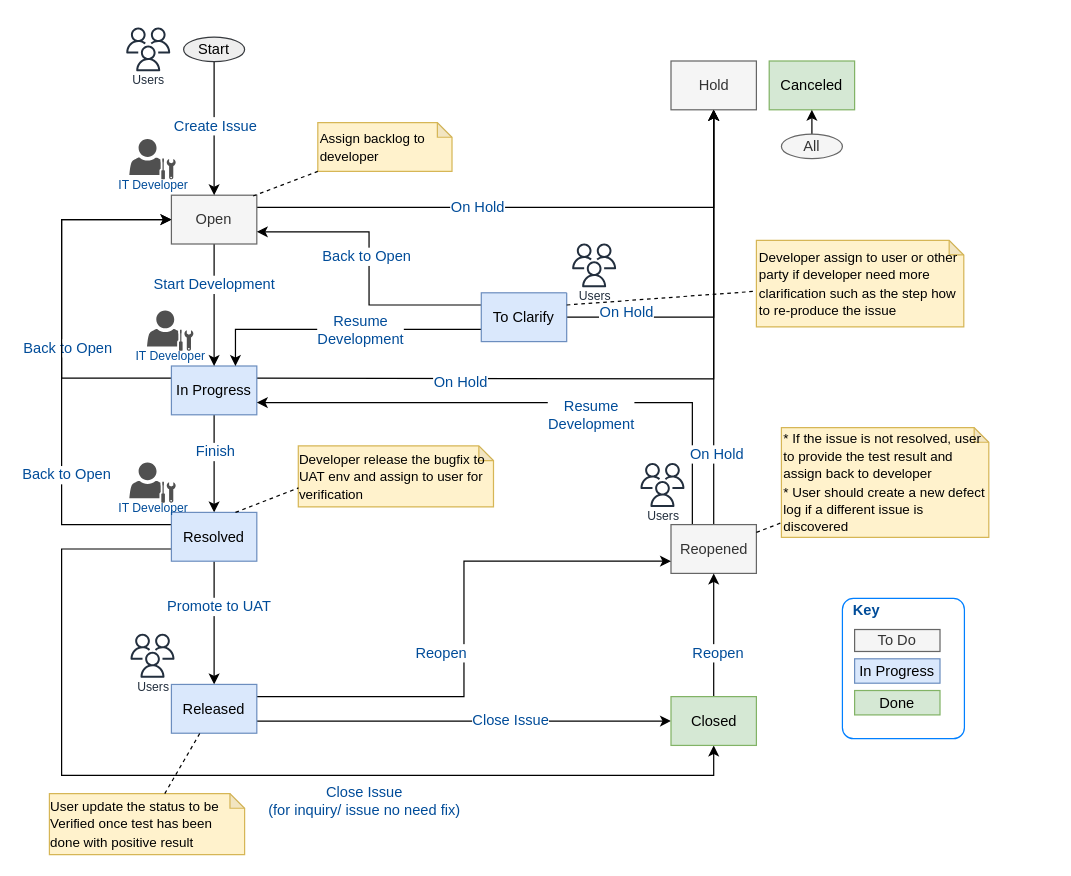
Before: page "Modified JIRA UAT Flow" (9 of 9) of Change Request Process.drawio in whalebig27/change-request-process-diagram, a draw.io diagram. Source tidied: cells renumbered, new cells numbered last; positions are measured from the earlier drawing's top-left corner, leaving out a move shared by most shapes. Both pictures are drawn from the tidied source at 122%, with x=0, y=0 at pixel (49, 21).
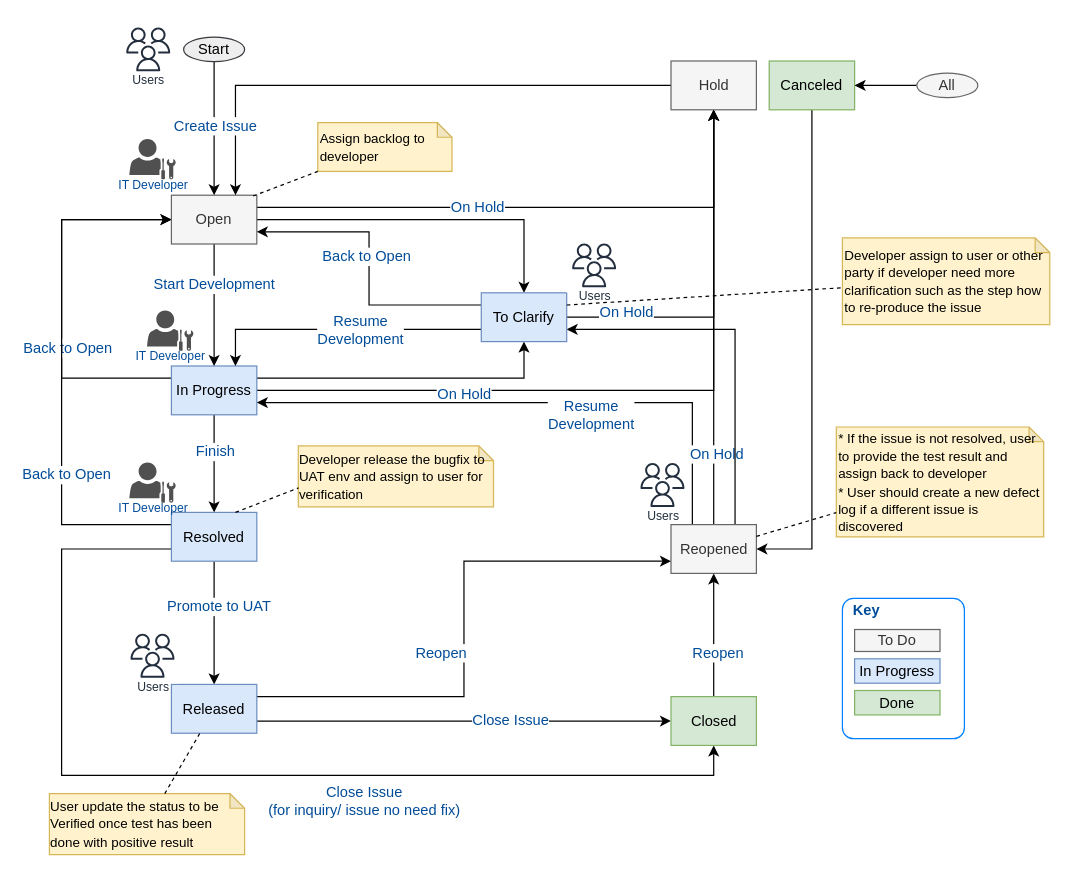
Above is the later version.

Unchanged cells that the change refers to:
```xml
<mxCell id="9" value="In Progress" style="rounded=0;whiteSpace=wrap;html=1;strokeColor=#6c8ebf;fontSize=12;align=center;fillColor=#dae8fc;" parent="1" vertex="1">
  <mxGeometry x="100" y="282.5" width="70" height="40" as="geometry" />
</mxCell>
<mxCell id="14" value="Open" style="rounded=0;whiteSpace=wrap;html=1;strokeColor=#666666;fontSize=12;align=center;fontColor=#333333;fillColor=#f5f5f5;" parent="1" vertex="1">
  <mxGeometry x="100" y="142.5" width="70" height="40" as="geometry" />
</mxCell>
<mxCell id="26" value="Reopened" style="rounded=0;whiteSpace=wrap;html=1;strokeColor=#666666;fontSize=12;align=center;fontColor=#333333;fillColor=#f5f5f5;" parent="1" vertex="1">
  <mxGeometry x="509.5" y="412.5" width="70" height="40" as="geometry" />
</mxCell>
<mxCell id="27" value="Hold" style="rounded=0;whiteSpace=wrap;html=1;strokeColor=#666666;fontSize=12;align=center;fontColor=#333333;fillColor=#f5f5f5;" parent="1" vertex="1">
  <mxGeometry x="509.5" y="32.5" width="70" height="40" as="geometry" />
</mxCell>
<mxCell id="28" value="Canceled" style="rounded=0;whiteSpace=wrap;html=1;strokeColor=#82b366;fontSize=12;align=center;fillColor=#d5e8d4;" parent="1" vertex="1">
  <mxGeometry x="590" y="32.5" width="70" height="40" as="geometry" />
</mxCell>
<mxCell id="43" value="To Clarify" style="rounded=0;whiteSpace=wrap;html=1;strokeColor=#6c8ebf;fontSize=12;align=center;fillColor=#dae8fc;" parent="1" vertex="1">
  <mxGeometry x="354" y="222.5" width="70" height="40" as="geometry" />
</mxCell>
```

Change to the diagram source:
```diff
@@
-    <mxCell id="3" style="edgeStyle=orthogonalEdgeStyle;rounded=0;jettySize=auto;html=1;entryX=0.5;entryY=1;entryDx=0;entryDy=0;fontSize=12;fontColor=#004C99;" parent="1" edge="1" target="27">
-      <mxGeometry relative="1" as="geometry">
-        <mxPoint x="170" y="292.5" as="sourcePoint" />
-      </mxGeometry>
+    <mxCell id="3" style="edgeStyle=orthogonalEdgeStyle;rounded=0;jettySize=auto;html=1;entryX=0.5;entryY=1;entryDx=0;entryDy=0;fontSize=12;fontColor=#004C99;exitX=1;exitY=0.5;exitDx=0;exitDy=0;" parent="1" edge="1" source="9" target="27">
+      <mxGeometry relative="1" as="geometry" />
     </mxCell>
@@
+    <mxCell id="70" style="edgeStyle=orthogonalEdgeStyle;rounded=0;jettySize=auto;html=1;exitX=1;exitY=0.25;exitDx=0;exitDy=0;entryX=0.5;entryY=1;entryDx=0;entryDy=0;" parent="1" edge="1" source="9" target="43">
+      <mxGeometry relative="1" as="geometry" />
+    </mxCell>
@@
+    <mxCell id="71" style="edgeStyle=orthogonalEdgeStyle;rounded=0;jettySize=auto;html=1;exitX=1;exitY=0.5;exitDx=0;exitDy=0;entryX=0.5;entryY=0;entryDx=0;entryDy=0;" parent="1" edge="1" source="14" target="43">
+      <mxGeometry relative="1" as="geometry" />
+    </mxCell>
@@
+    <mxCell id="72" style="edgeStyle=orthogonalEdgeStyle;rounded=0;jettySize=auto;html=1;exitX=0.75;exitY=0;exitDx=0;exitDy=0;entryX=1;entryY=0.75;entryDx=0;entryDy=0;" parent="1" edge="1" source="26" target="43">
+      <mxGeometry relative="1" as="geometry" />
+    </mxCell>
@@
+    <mxCell id="73" style="edgeStyle=orthogonalEdgeStyle;rounded=0;jettySize=auto;html=1;exitX=0;exitY=0.5;exitDx=0;exitDy=0;entryX=0.75;entryY=0;entryDx=0;entryDy=0;" parent="1" edge="1" source="27" target="14">
+      <mxGeometry relative="1" as="geometry" />
+    </mxCell>
@@
+    <mxCell id="74" style="edgeStyle=orthogonalEdgeStyle;rounded=0;jettySize=auto;html=1;entryX=1;entryY=0.5;entryDx=0;entryDy=0;exitX=0.5;exitY=1;exitDx=0;exitDy=0;" parent="1" edge="1" source="28" target="26">
+      <mxGeometry relative="1" as="geometry">
+        <Array as="points">
+          <mxPoint x="625" y="433" />
+        </Array>
+      </mxGeometry>
+    </mxCell>
@@
-    <mxCell id="47" style="edgeStyle=orthogonalEdgeStyle;rounded=0;jettySize=auto;html=1;fontSize=12;fontColor=#004C99;" parent="1" edge="1" source="48">
-      <mxGeometry relative="1" as="geometry">
-        <mxPoint x="625" y="72.5" as="targetPoint" />
-      </mxGeometry>
+    <mxCell id="47" style="edgeStyle=orthogonalEdgeStyle;rounded=0;jettySize=auto;html=1;fontSize=12;fontColor=#004C99;entryX=1;entryY=0.5;entryDx=0;entryDy=0;" parent="1" edge="1" source="48" target="28">
+      <mxGeometry relative="1" as="geometry" />
     </mxCell>
     <mxCell id="48" value="All" style="ellipse;whiteSpace=wrap;html=1;strokeColor=#666666;fontSize=12;fontColor=#333333;align=center;fillColor=#f5f5f5;" parent="1" vertex="1">
-      <mxGeometry x="600" y="92.5" width="50" height="20" as="geometry" />
+      <mxGeometry x="711" y="42.5" width="50" height="20" as="geometry" />
     </mxCell>
@@
     <mxCell id="53" value="&lt;div style=&quot;text-align: left&quot;&gt;&lt;span style=&quot;font-size: 11px&quot;&gt;* If the issue is not resolved, user to provide the test result and assign back to developer&lt;/span&gt;&lt;/div&gt;&lt;div style=&quot;text-align: left&quot;&gt;&lt;span style=&quot;font-size: 11px&quot;&gt;* User should create a new defect log if a different issue is discovered&lt;/span&gt;&lt;/div&gt;" style="shape=note;whiteSpace=wrap;html=1;backgroundOutline=1;darkOpacity=0.05;strokeColor=#d6b656;fontSize=12;align=left;size=12;fillColor=#fff2cc;" parent="1" vertex="1">
-      <mxGeometry x="600" y="333" width="170" height="90" as="geometry" />
+      <mxGeometry x="645" y="332.5" width="170" height="90" as="geometry" />
     </mxCell>
@@
     <mxCell id="55" value="&lt;div style=&quot;text-align: left&quot;&gt;&lt;span style=&quot;font-size: 11px&quot;&gt;Developer assign to user or other party if developer need more clarification such as the step how to re-produce the issue&lt;/span&gt;&lt;/div&gt;" style="shape=note;whiteSpace=wrap;html=1;backgroundOutline=1;darkOpacity=0.05;strokeColor=#d6b656;fontSize=12;align=left;size=12;fillColor=#fff2cc;" parent="1" vertex="1">
-      <mxGeometry x="579.5" y="179.5" width="170" height="71" as="geometry" />
+      <mxGeometry x="650" y="177.5" width="170" height="71" as="geometry" />
     </mxCell>
```
